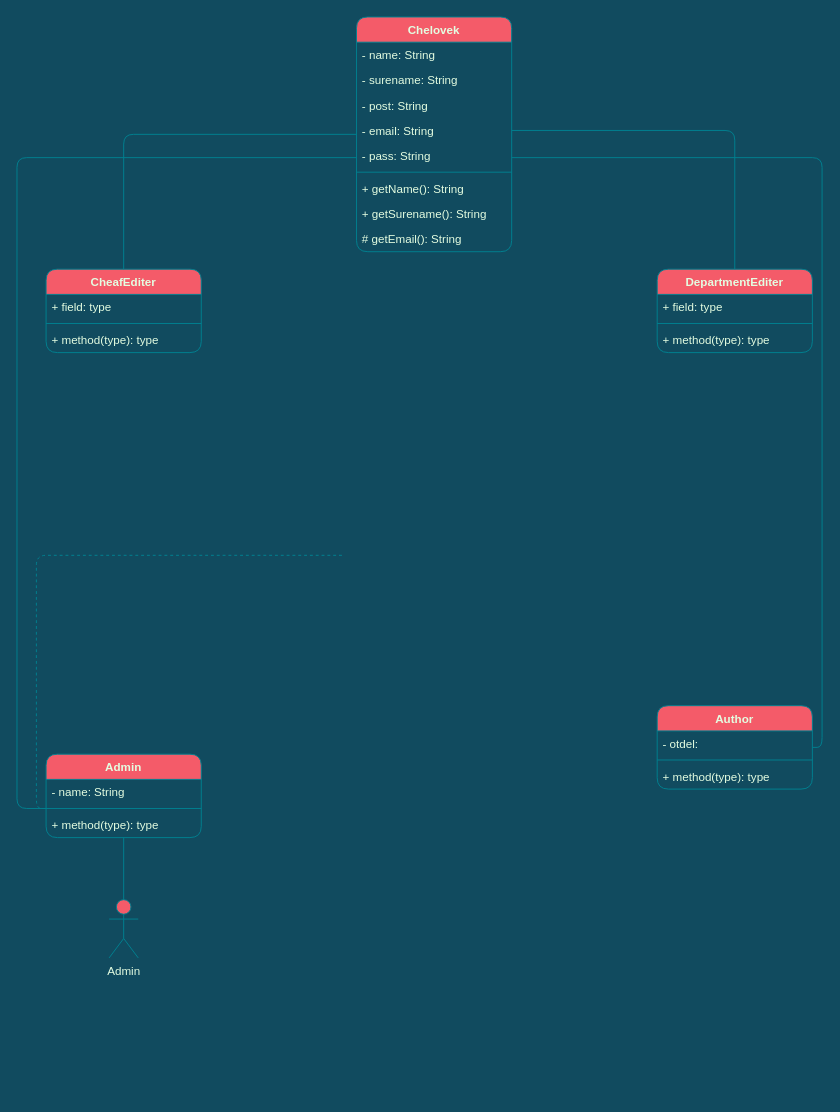
mesor21/cursovaya-web-site keeps this draw.io diagram as page "Page-2" (2 of 2) of Kursovaya_UML.drawio. Above is the earlier version. Source tidied: cells renumbered, new cells numbered last; positions are measured from the earlier drawing's top-left corner, leaving out a move shared by most shapes. Both pictures are drawn from the tidied source at 97%, with x=0, y=0 at pixel (16, 16).
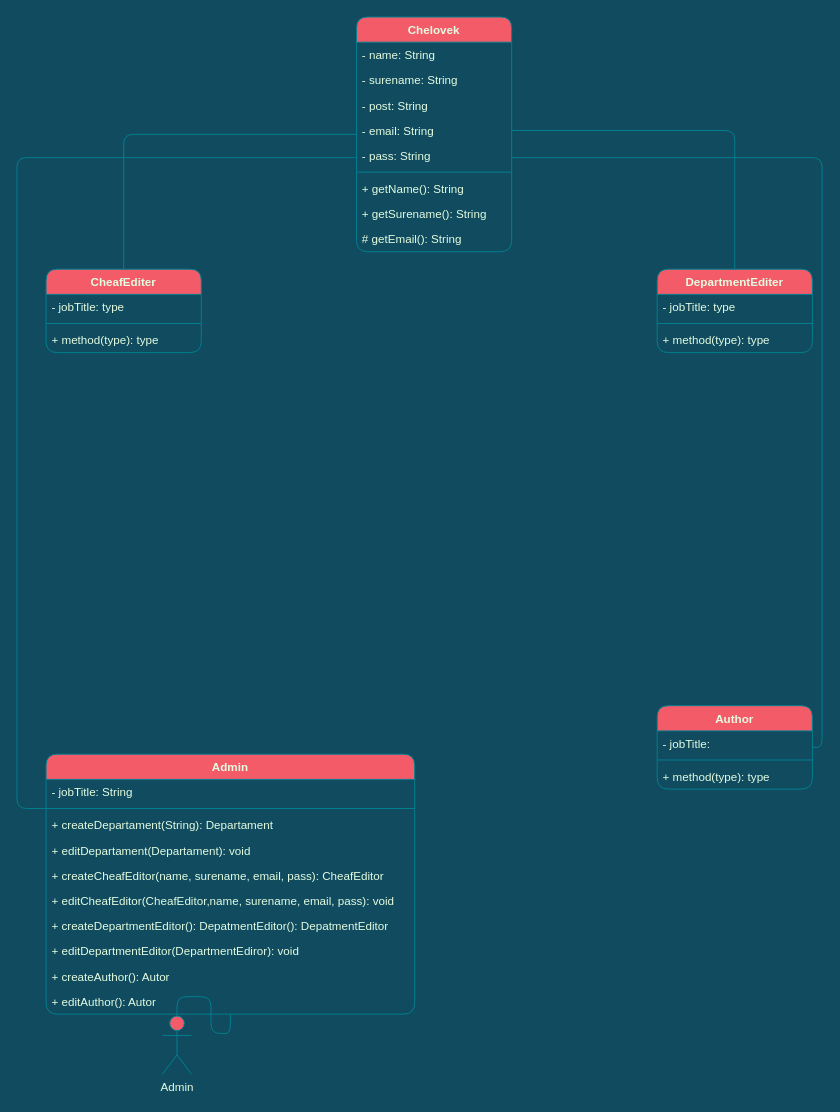
Above is the later version.

Unchanged cells that the change refers to:
```xml
<mxCell id="9" value="CheafEditer" style="swimlane;fontStyle=1;align=center;verticalAlign=top;horizontal=1;startSize=26;rounded=1;strokeColor=#028090;fontColor=#E4FDE1;fillColor=#F45B69;" parent="1" vertex="1">
  <mxGeometry x="30" y="260" width="160" height="86" as="geometry" />
</mxCell>
<mxCell id="13" value="DepartmentEditer" style="swimlane;fontStyle=1;align=center;verticalAlign=top;horizontal=1;startSize=26;rounded=1;strokeColor=#028090;fontColor=#E4FDE1;fillColor=#F45B69;" parent="1" vertex="1">
  <mxGeometry x="660" y="260" width="160" height="86" as="geometry" />
</mxCell>
<mxCell id="17" value="Author" style="swimlane;fontStyle=1;align=center;verticalAlign=top;horizontal=1;startSize=26;rounded=1;strokeColor=#028090;fontColor=#E4FDE1;fillColor=#F45B69;" parent="1" vertex="1">
  <mxGeometry x="660" y="710" width="160" height="86" as="geometry" />
</mxCell>
```

What changed in the source:
```diff
@@
     <mxCell id="3" value="Admin" style="shape=umlActor;verticalLabelPosition=bottom;verticalAlign=top;html=1;fillColor=#F45B69;strokeColor=#028090;fontColor=#E4FDE1;rounded=1;" parent="1" vertex="1">
-      <mxGeometry x="95" y="910" width="30" height="60" as="geometry" />
+      <mxGeometry x="150" y="1030" width="30" height="60" as="geometry" />
     </mxCell>
     <mxCell id="4" value="Admin" style="swimlane;fontStyle=1;align=center;verticalAlign=top;horizontal=1;startSize=26;rounded=1;strokeColor=#028090;fontColor=#E4FDE1;fillColor=#F45B69;" parent="1" vertex="1">
-      <mxGeometry x="30" y="760" width="160" height="86" as="geometry" />
+      <mxGeometry x="30" y="760" width="380" height="268" as="geometry" />
     </mxCell>
-    <mxCell id="5" value="- name: String" style="text;strokeColor=none;fillColor=none;align=left;verticalAlign=top;spacingLeft=4;spacingRight=4;overflow=hidden;rounded=1;fontColor=#E4FDE1;" parent="4" vertex="1">
-      <mxGeometry y="26" width="160" height="26" as="geometry" />
+    <mxCell id="5" value="- jobTitle: String" style="text;strokeColor=none;fillColor=none;align=left;verticalAlign=top;spacingLeft=4;spacingRight=4;overflow=hidden;rounded=1;fontColor=#E4FDE1;" parent="4" vertex="1">
+      <mxGeometry y="26" width="380" height="26" as="geometry" />
     </mxCell>
     <mxCell id="6" style="line;strokeWidth=1;fillColor=none;align=left;verticalAlign=middle;spacingTop=-1;spacingLeft=3;spacingRight=3;labelPosition=right;strokeColor=inherit;rounded=1;fontColor=#E4FDE1;" parent="4" vertex="1">
-      <mxGeometry y="52" width="160" height="8" as="geometry" />
+      <mxGeometry y="52" width="380" height="8" as="geometry" />
     </mxCell>
-    <mxCell id="7" value="+ method(type): type" style="text;strokeColor=none;fillColor=none;align=left;verticalAlign=top;spacingLeft=4;spacingRight=4;overflow=hidden;rounded=1;fontColor=#E4FDE1;" parent="4" vertex="1">
-      <mxGeometry y="60" width="160" height="26" as="geometry" />
+    <mxCell id="7" value="+ createDepartament(String): Departament" style="text;strokeColor=none;fillColor=none;align=left;verticalAlign=top;spacingLeft=4;spacingRight=4;overflow=hidden;rounded=1;fontColor=#E4FDE1;fontStyle=0;" parent="4" vertex="1">
+      <mxGeometry y="60" width="380" height="26" as="geometry" />
     </mxCell>
-    <mxCell id="8" style="edgeStyle=orthogonalEdgeStyle;rounded=1;jettySize=auto;html=1;strokeColor=#028090;fontColor=#E4FDE1;endArrow=none;endFill=0;fillColor=#F45B69;dashed=1;" parent="1" edge="1" target="4">
-      <mxGeometry relative="1" as="geometry">
-        <mxPoint x="335" y="555" as="sourcePoint" />
-        <Array as="points">
-          <mxPoint x="20" y="555" />
-          <mxPoint x="20" y="816" />
-        </Array>
-      </mxGeometry>
-    </mxCell>
+    <mxCell id="35" value="+ editDepartament(Departament): void" style="text;strokeColor=none;fillColor=none;align=left;verticalAlign=top;spacingLeft=4;spacingRight=4;overflow=hidden;rounded=1;fontColor=#E4FDE1;fontStyle=0;" parent="4" vertex="1">
+      <mxGeometry y="86" width="380" height="26" as="geometry" />
+    </mxCell>
+    <mxCell id="36" value="+ createCheafEditor(name, surename, email, pass): CheafEditor " style="text;strokeColor=none;fillColor=none;align=left;verticalAlign=top;spacingLeft=4;spacingRight=4;overflow=hidden;rounded=1;fontColor=#E4FDE1;fontStyle=0;" parent="4" vertex="1">
+      <mxGeometry y="112" width="380" height="26" as="geometry" />
+    </mxCell>
+    <mxCell id="37" value="+ editCheafEditor(CheafEditor,name, surename, email, pass): void " style="text;strokeColor=none;fillColor=none;align=left;verticalAlign=top;spacingLeft=4;spacingRight=4;overflow=hidden;rounded=1;fontColor=#E4FDE1;fontStyle=0;" parent="4" vertex="1">
+      <mxGeometry y="138" width="380" height="26" as="geometry" />
+    </mxCell>
+    <mxCell id="38" value="+ createDepartmentEditor(): DepatmentEditor(): DepatmentEditor" style="text;strokeColor=none;fillColor=none;align=left;verticalAlign=top;spacingLeft=4;spacingRight=4;overflow=hidden;rounded=1;fontColor=#E4FDE1;fontStyle=0;" parent="4" vertex="1">
+      <mxGeometry y="164" width="380" height="26" as="geometry" />
+    </mxCell>
+    <mxCell id="39" value="+ editDepartmentEditor(DepartmentEdiror): void " style="text;strokeColor=none;fillColor=none;align=left;verticalAlign=top;spacingLeft=4;spacingRight=4;overflow=hidden;rounded=1;fontColor=#E4FDE1;fontStyle=0;" parent="4" vertex="1">
+      <mxGeometry y="190" width="380" height="26" as="geometry" />
+    </mxCell>
+    <mxCell id="40" value="+ createAuthor(): Autor" style="text;strokeColor=none;fillColor=none;align=left;verticalAlign=top;spacingLeft=4;spacingRight=4;overflow=hidden;rounded=1;fontColor=#E4FDE1;fontStyle=0;" parent="4" vertex="1">
+      <mxGeometry y="216" width="380" height="26" as="geometry" />
+    </mxCell>
+    <mxCell id="41" value="+ editAuthor(): Autor" style="text;strokeColor=none;fillColor=none;align=left;verticalAlign=top;spacingLeft=4;spacingRight=4;overflow=hidden;rounded=1;fontColor=#E4FDE1;fontStyle=0;" parent="4" vertex="1">
+      <mxGeometry y="242" width="380" height="26" as="geometry" />
+    </mxCell>
@@
-    <mxCell id="10" value="+ field: type" style="text;strokeColor=none;fillColor=none;align=left;verticalAlign=top;spacingLeft=4;spacingRight=4;overflow=hidden;rounded=1;fontColor=#E4FDE1;" parent="9" vertex="1">
+    <mxCell id="10" value="- jobTitle: type" style="text;strokeColor=none;fillColor=none;align=left;verticalAlign=top;spacingLeft=4;spacingRight=4;overflow=hidden;rounded=1;fontColor=#E4FDE1;" parent="9" vertex="1">
       <mxGeometry y="26" width="160" height="26" as="geometry" />
     </mxCell>
@@
-    <mxCell id="14" value="+ field: type" style="text;strokeColor=none;fillColor=none;align=left;verticalAlign=top;spacingLeft=4;spacingRight=4;overflow=hidden;rounded=1;fontColor=#E4FDE1;" parent="13" vertex="1">
+    <mxCell id="14" value="- jobTitle: type" style="text;strokeColor=none;fillColor=none;align=left;verticalAlign=top;spacingLeft=4;spacingRight=4;overflow=hidden;rounded=1;fontColor=#E4FDE1;" parent="13" vertex="1">
       <mxGeometry y="26" width="160" height="26" as="geometry" />
     </mxCell>
@@
-    <mxCell id="18" value="- otdel: " style="text;strokeColor=none;fillColor=none;align=left;verticalAlign=top;spacingLeft=4;spacingRight=4;overflow=hidden;rounded=1;fontColor=#E4FDE1;" parent="17" vertex="1">
+    <mxCell id="18" value="- jobTitle: " style="text;strokeColor=none;fillColor=none;align=left;verticalAlign=top;spacingLeft=4;spacingRight=4;overflow=hidden;rounded=1;fontColor=#E4FDE1;" parent="17" vertex="1">
       <mxGeometry y="26" width="160" height="26" as="geometry" />
     </mxCell>
```
